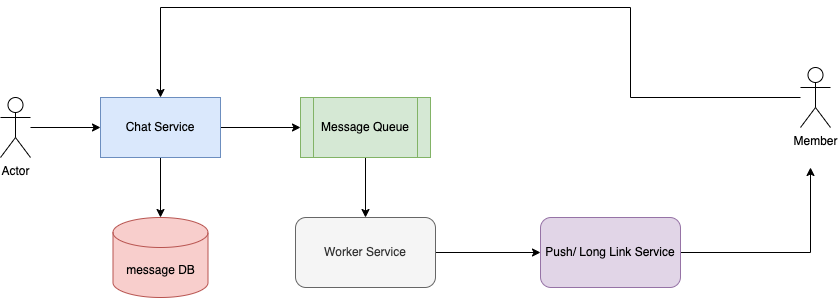
The draw.io diagram groupchat.drawio.png in anriclee/diagramStorage, before a commit. Source tidied: cells renumbered, new cells last; positions are measured from the earlier drawing's top-left corner, leaving out a move shared by most shapes.
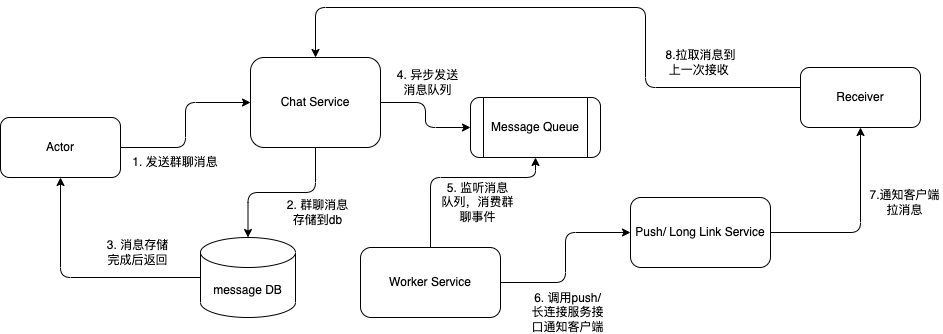
Above is the later version.

The edit, as a diff of the source:
```diff
@@ -2,55 +2,85 @@
   <root>
     <mxCell id="0" />
     <mxCell id="1" parent="0" />
-    <mxCell id="2" style="edgeStyle=orthogonalEdgeStyle;rounded=0;jettySize=auto;html=1;" parent="1" edge="1" source="4" target="8">
+    <mxCell id="2" style="edgeStyle=orthogonalEdgeStyle;rounded=1;sketch=0;jettySize=auto;html=1;entryX=0.5;entryY=0;entryDx=0;entryDy=0;entryPerimeter=0;" parent="1" edge="1" source="4" target="8">
       <mxGeometry relative="1" as="geometry" />
     </mxCell>
-    <mxCell id="3" style="edgeStyle=orthogonalEdgeStyle;rounded=0;jettySize=auto;html=1;" parent="1" edge="1" source="4" target="10">
+    <mxCell id="3" style="edgeStyle=orthogonalEdgeStyle;rounded=1;sketch=0;jettySize=auto;html=1;entryX=0;entryY=0.5;entryDx=0;entryDy=0;" parent="1" edge="1" source="4" target="10">
       <mxGeometry relative="1" as="geometry" />
     </mxCell>
-    <mxCell id="4" value="Chat Service" style="rounded=0;whiteSpace=wrap;html=1;fillColor=#dae8fc;strokeColor=#6c8ebf;" parent="1" vertex="1">
-      <mxGeometry x="100" y="90" width="120" height="60" as="geometry" />
+    <mxCell id="4" value="Chat Service" style="rounded=1;whiteSpace=wrap;html=1;" parent="1" vertex="1">
+      <mxGeometry x="140" y="70" width="130" height="90" as="geometry" />
     </mxCell>
+    <mxCell id="16" style="edgeStyle=orthogonalEdgeStyle;rounded=1;sketch=0;jettySize=auto;html=1;exitX=0;exitY=0.5;exitDx=0;exitDy=0;exitPerimeter=0;entryX=0.5;entryY=1;entryDx=0;entryDy=0;" parent="1" edge="1" source="8" target="6">
+      <mxGeometry relative="1" as="geometry" />
+    </mxCell>
+    <mxCell id="8" value="message DB" style="shape=cylinder3;whiteSpace=wrap;html=1;boundedLbl=1;backgroundOutline=1;size=15;rounded=1;" parent="1" vertex="1">
+      <mxGeometry x="90" y="250" width="95" height="80" as="geometry" />
+    </mxCell>
+    <mxCell id="10" value="Message Queue" style="shape=process;whiteSpace=wrap;html=1;backgroundOutline=1;rounded=1;" parent="1" vertex="1">
+      <mxGeometry x="360" y="110" width="130" height="60" as="geometry" />
+    </mxCell>
+    <mxCell id="17" style="edgeStyle=orthogonalEdgeStyle;rounded=1;sketch=0;jettySize=auto;html=1;exitX=0.5;exitY=0;exitDx=0;exitDy=0;entryX=0.5;entryY=1;entryDx=0;entryDy=0;shadow=0;" parent="1" edge="1" source="12" target="10">
+      <mxGeometry relative="1" as="geometry">
+        <Array as="points">
+          <mxPoint x="320" y="190" />
+          <mxPoint x="425" y="190" />
+        </Array>
+      </mxGeometry>
+    </mxCell>
+    <mxCell id="11" style="edgeStyle=orthogonalEdgeStyle;rounded=1;sketch=0;jettySize=auto;html=1;entryX=0;entryY=0.5;entryDx=0;entryDy=0;shadow=0;" parent="1" edge="1" source="12" target="14">
+      <mxGeometry relative="1" as="geometry" />
+    </mxCell>
+    <mxCell id="12" value="Worker Service" style="rounded=1;whiteSpace=wrap;html=1;" parent="1" vertex="1">
+      <mxGeometry x="250" y="260" width="140" height="70" as="geometry" />
+    </mxCell>
+    <mxCell id="18" style="edgeStyle=orthogonalEdgeStyle;rounded=1;sketch=0;jettySize=auto;html=1;entryX=0.5;entryY=1;entryDx=0;entryDy=0;shadow=0;" parent="1" edge="1" source="14" target="22">
+      <mxGeometry relative="1" as="geometry" />
+    </mxCell>
+    <mxCell id="14" value="Push/ Long Link Service" style="rounded=1;whiteSpace=wrap;html=1;" parent="1" vertex="1">
+      <mxGeometry x="520" y="210" width="140" height="70" as="geometry" />
+    </mxCell>
+    <mxCell id="19" value="1. 发送群聊消息" style="text;html=1;strokeColor=none;fillColor=none;align=center;verticalAlign=middle;whiteSpace=wrap;rounded=1;" parent="1" vertex="1">
+      <mxGeometry x="20" y="160" width="90" height="30" as="geometry" />
+    </mxCell>
+    <mxCell id="20" value="2. 群聊消息存储到db" style="text;html=1;strokeColor=none;fillColor=none;align=center;verticalAlign=middle;whiteSpace=wrap;rounded=1;" parent="1" vertex="1">
+      <mxGeometry x="170" y="210" width="75" height="30" as="geometry" />
+    </mxCell>
-    <mxCell id="5" style="edgeStyle=orthogonalEdgeStyle;rounded=0;jettySize=auto;html=1;" parent="1" edge="1" source="6" target="4">
+    <mxCell id="5" style="edgeStyle=orthogonalEdgeStyle;rounded=1;sketch=0;jettySize=auto;html=1;entryX=0;entryY=0.5;entryDx=0;entryDy=0;" parent="1" edge="1" source="6" target="4">
       <mxGeometry relative="1" as="geometry" />
     </mxCell>
-    <mxCell id="6" value="Actor" style="shape=umlActor;verticalLabelPosition=bottom;verticalAlign=top;html=1;outlineConnect=0;" parent="1" vertex="1">
-      <mxGeometry y="90" width="30" height="60" as="geometry" />
+    <mxCell id="6" value="Actor" style="rounded=1;whiteSpace=wrap;html=1;sketch=0;" parent="1" vertex="1">
+      <mxGeometry x="-110" y="130" width="120" height="60" as="geometry" />
     </mxCell>
-    <mxCell id="7" value="Member" style="shape=umlActor;verticalLabelPosition=bottom;verticalAlign=top;html=1;outlineConnect=0;" parent="1" vertex="1">
-      <mxGeometry x="800" y="60" width="30" height="60" as="geometry" />
-    </mxCell>
-    <mxCell id="8" value="message DB" style="shape=cylinder3;whiteSpace=wrap;html=1;boundedLbl=1;backgroundOutline=1;size=15;fillColor=#f8cecc;strokeColor=#b85450;" parent="1" vertex="1">
-      <mxGeometry x="112.5" y="210" width="95" height="80" as="geometry" />
-    </mxCell>
-    <mxCell id="9" style="edgeStyle=orthogonalEdgeStyle;rounded=0;jettySize=auto;html=1;" parent="1" edge="1" source="10" target="12">
-      <mxGeometry relative="1" as="geometry" />
-    </mxCell>
-    <mxCell id="10" value="Message Queue" style="shape=process;whiteSpace=wrap;html=1;backgroundOutline=1;fillColor=#d5e8d4;strokeColor=#82b366;" parent="1" vertex="1">
-      <mxGeometry x="300" y="90" width="130" height="60" as="geometry" />
-    </mxCell>
-    <mxCell id="11" style="edgeStyle=orthogonalEdgeStyle;rounded=0;jettySize=auto;html=1;" parent="1" edge="1" source="12" target="14">
-      <mxGeometry relative="1" as="geometry" />
-    </mxCell>
-    <mxCell id="12" value="Worker Service" style="rounded=1;whiteSpace=wrap;html=1;fillColor=#f5f5f5;strokeColor=#666666;fontColor=#333333;" parent="1" vertex="1">
-      <mxGeometry x="295" y="210" width="140" height="70" as="geometry" />
-    </mxCell>
-    <mxCell id="13" style="edgeStyle=orthogonalEdgeStyle;rounded=0;jettySize=auto;html=1;" parent="1" edge="1" source="14">
-      <mxGeometry relative="1" as="geometry">
-        <mxPoint x="810" y="160" as="targetPoint" />
-      </mxGeometry>
-    </mxCell>
-    <mxCell id="14" value="Push/ Long Link Service" style="rounded=1;whiteSpace=wrap;html=1;fillColor=#e1d5e7;strokeColor=#9673a6;" parent="1" vertex="1">
-      <mxGeometry x="540" y="210" width="140" height="70" as="geometry" />
-    </mxCell>
-    <mxCell id="15" style="edgeStyle=orthogonalEdgeStyle;rounded=0;jettySize=auto;html=1;entryX=0.5;entryY=0;entryDx=0;entryDy=0;" parent="1" edge="1" source="7" target="4">
-      <mxGeometry relative="1" as="geometry">
-        <Array as="points">
-          <mxPoint x="630" y="90" />
-          <mxPoint x="630" />
-          <mxPoint x="160" />
-        </Array>
-      </mxGeometry>
-    </mxCell>
+    <mxCell id="21" style="edgeStyle=orthogonalEdgeStyle;rounded=1;sketch=0;jettySize=auto;html=1;entryX=0.5;entryY=0;entryDx=0;entryDy=0;" parent="1" edge="1" source="22" target="4">
+      <mxGeometry relative="1" as="geometry">
+        <Array as="points">
+          <mxPoint x="535" y="100" />
+          <mxPoint x="535" y="20" />
+          <mxPoint x="205" y="20" />
+        </Array>
+      </mxGeometry>
+    </mxCell>
+    <mxCell id="22" value="Receiver" style="rounded=1;whiteSpace=wrap;html=1;sketch=0;" parent="1" vertex="1">
+      <mxGeometry x="690" y="80" width="120" height="60" as="geometry" />
+    </mxCell>
+    <mxCell id="23" value="3. 消息存储完成后返回" style="text;html=1;strokeColor=none;fillColor=none;align=center;verticalAlign=middle;whiteSpace=wrap;rounded=1;" parent="1" vertex="1">
+      <mxGeometry x="-10" y="250" width="75" height="30" as="geometry" />
+    </mxCell>
+    <mxCell id="24" value="4. 异步发送消息队列" style="text;html=1;strokeColor=none;fillColor=none;align=center;verticalAlign=middle;whiteSpace=wrap;rounded=1;" parent="1" vertex="1">
+      <mxGeometry x="280" y="80" width="75" height="30" as="geometry" />
+    </mxCell>
+    <mxCell id="25" value="5. 监听消息队列，消费群聊事件" style="text;html=1;strokeColor=none;fillColor=none;align=center;verticalAlign=middle;whiteSpace=wrap;rounded=1;" parent="1" vertex="1">
+      <mxGeometry x="330" y="200" width="75" height="30" as="geometry" />
+    </mxCell>
+    <mxCell id="26" value="6. 调用push/长连接服务接口通知客户端" style="text;html=1;strokeColor=none;fillColor=none;align=center;verticalAlign=middle;whiteSpace=wrap;rounded=1;" parent="1" vertex="1">
+      <mxGeometry x="420" y="310" width="75" height="30" as="geometry" />
+    </mxCell>
+    <mxCell id="27" value="7.通知客户端拉消息" style="text;html=1;strokeColor=none;fillColor=none;align=center;verticalAlign=middle;whiteSpace=wrap;rounded=1;" parent="1" vertex="1">
+      <mxGeometry x="757" y="200" width="75" height="30" as="geometry" />
+    </mxCell>
+    <mxCell id="28" value="8.拉取消息到上一次接收&amp;nbsp;" style="text;html=1;strokeColor=none;fillColor=none;align=center;verticalAlign=middle;whiteSpace=wrap;rounded=1;" parent="1" vertex="1">
+      <mxGeometry x="552.5" y="60" width="75" height="30" as="geometry" />
+    </mxCell>
   </root>
 </mxGraphModel>
```
